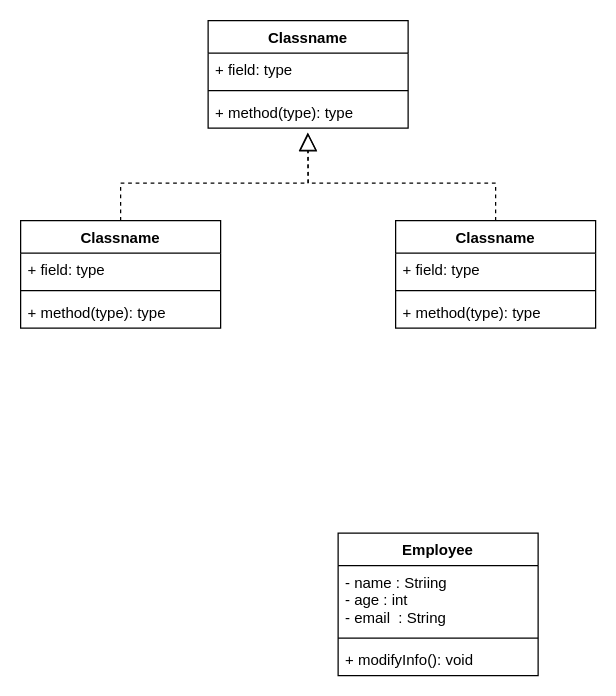
This is 未命名绘图.drawio from BuerH/Test, a draw.io file, before an edit. Source tidied: cells renumbered, new cells numbered last; positions are measured from the earlier drawing's top-left corner, leaving out a move shared by most shapes. Both pictures are drawn from the tidied source at 125%, with x=0, y=0 at pixel (20, 20).
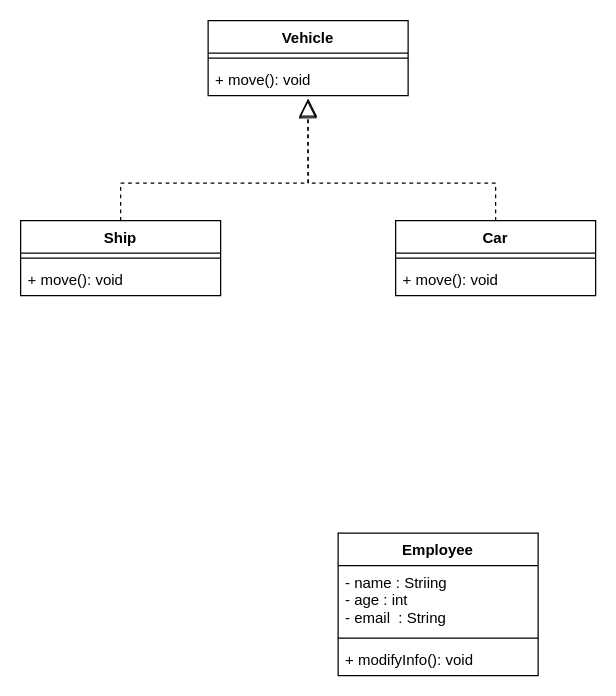
After the change.

Commit message (it also covers changes not shown here):
更新未命名绘图.drawio

Diff of the diagram source:
```diff
@@
-    <mxCell id="2" value="Classname" style="swimlane;fontStyle=1;align=center;verticalAlign=top;horizontal=1;startSize=26;" parent="1" vertex="1">
-      <mxGeometry x="300" y="160" width="160" height="86" as="geometry" />
+    <mxCell id="2" value="Car" style="swimlane;fontStyle=1;align=center;verticalAlign=top;horizontal=1;startSize=26;" parent="1" vertex="1">
+      <mxGeometry x="300" y="160" width="160" height="60" as="geometry" />
     </mxCell>
-    <mxCell id="3" value="+ field: type" style="text;strokeColor=none;fillColor=none;align=left;verticalAlign=top;spacingLeft=4;spacingRight=4;overflow=hidden;" parent="2" vertex="1">
-      <mxGeometry y="26" width="160" height="26" as="geometry" />
-    </mxCell>
     <mxCell id="4" style="line;strokeWidth=1;fillColor=none;align=left;verticalAlign=middle;spacingTop=-1;spacingLeft=3;spacingRight=3;labelPosition=right;strokeColor=inherit;" parent="2" vertex="1">
-      <mxGeometry y="52" width="160" height="8" as="geometry" />
+      <mxGeometry y="26" width="160" height="8" as="geometry" />
     </mxCell>
-    <mxCell id="5" value="+ method(type): type" style="text;strokeColor=none;fillColor=none;align=left;verticalAlign=top;spacingLeft=4;spacingRight=4;overflow=hidden;" parent="2" vertex="1">
-      <mxGeometry y="60" width="160" height="26" as="geometry" />
+    <mxCell id="5" value="+ move(): void" style="text;strokeColor=none;fillColor=none;align=left;verticalAlign=top;spacingLeft=4;spacingRight=4;overflow=hidden;" parent="2" vertex="1">
+      <mxGeometry y="34" width="160" height="26" as="geometry" />
     </mxCell>
-    <mxCell id="6" value="Classname" style="swimlane;fontStyle=1;align=center;verticalAlign=top;horizontal=1;startSize=26;" parent="1" vertex="1">
-      <mxGeometry y="160" width="160" height="86" as="geometry" />
+    <mxCell id="6" value="Ship" style="swimlane;fontStyle=1;align=center;verticalAlign=top;horizontal=1;startSize=26;" parent="1" vertex="1">
+      <mxGeometry y="160" width="160" height="60" as="geometry" />
     </mxCell>
@@
-    <mxCell id="8" value="+ field: type" style="text;strokeColor=none;fillColor=none;align=left;verticalAlign=top;spacingLeft=4;spacingRight=4;overflow=hidden;" parent="6" vertex="1">
-      <mxGeometry y="26" width="160" height="26" as="geometry" />
-    </mxCell>
     <mxCell id="9" style="line;strokeWidth=1;fillColor=none;align=left;verticalAlign=middle;spacingTop=-1;spacingLeft=3;spacingRight=3;labelPosition=right;strokeColor=inherit;" parent="6" vertex="1">
-      <mxGeometry y="52" width="160" height="8" as="geometry" />
+      <mxGeometry y="26" width="160" height="8" as="geometry" />
     </mxCell>
-    <mxCell id="10" value="+ method(type): type" style="text;strokeColor=none;fillColor=none;align=left;verticalAlign=top;spacingLeft=4;spacingRight=4;overflow=hidden;" parent="6" vertex="1">
-      <mxGeometry y="60" width="160" height="26" as="geometry" />
+    <mxCell id="10" value="+ move(): void" style="text;strokeColor=none;fillColor=none;align=left;verticalAlign=top;spacingLeft=4;spacingRight=4;overflow=hidden;" parent="6" vertex="1">
+      <mxGeometry y="34" width="160" height="26" as="geometry" />
     </mxCell>
-    <mxCell id="11" value="Classname" style="swimlane;fontStyle=1;align=center;verticalAlign=top;horizontal=1;startSize=26;" parent="1" vertex="1">
-      <mxGeometry x="150" width="160" height="86" as="geometry" />
+    <mxCell id="11" value="Vehicle" style="swimlane;fontStyle=1;align=center;verticalAlign=top;horizontal=1;startSize=26;" parent="1" vertex="1">
+      <mxGeometry x="150" width="160" height="60" as="geometry" />
     </mxCell>
-    <mxCell id="12" value="+ field: type" style="text;strokeColor=none;fillColor=none;align=left;verticalAlign=top;spacingLeft=4;spacingRight=4;overflow=hidden;" parent="11" vertex="1">
-      <mxGeometry y="26" width="160" height="26" as="geometry" />
-    </mxCell>
     <mxCell id="13" style="line;strokeWidth=1;fillColor=none;align=left;verticalAlign=middle;spacingTop=-1;spacingLeft=3;spacingRight=3;labelPosition=right;strokeColor=inherit;" parent="11" vertex="1">
-      <mxGeometry y="52" width="160" height="8" as="geometry" />
+      <mxGeometry y="26" width="160" height="8" as="geometry" />
     </mxCell>
-    <mxCell id="14" value="+ method(type): type" style="text;strokeColor=none;fillColor=none;align=left;verticalAlign=top;spacingLeft=4;spacingRight=4;overflow=hidden;points=[[0,0.5],[1,0.5]];portConstraint=eastwest;" parent="11" vertex="1">
-      <mxGeometry y="60" width="160" height="26" as="geometry" />
+    <mxCell id="14" value="+ move(): void" style="text;strokeColor=none;fillColor=none;align=left;verticalAlign=top;spacingLeft=4;spacingRight=4;overflow=hidden;points=[[0,0.5],[1,0.5]];portConstraint=eastwest;" parent="11" vertex="1">
+      <mxGeometry y="34" width="160" height="26" as="geometry" />
     </mxCell>
-    <mxCell id="15" style="endArrow=block;dashed=1;endFill=0;endSize=12;html=1;rounded=0;exitX=0.5;exitY=0;exitDx=0;exitDy=0;" parent="1" edge="1" source="2">
+    <mxCell id="15" style="endArrow=block;dashed=1;endFill=0;endSize=12;html=1;rounded=0;exitX=0.5;exitY=0;exitDx=0;exitDy=0;entryX=0.5;entryY=1.085;entryDx=0;entryDy=0;entryPerimeter=0;" parent="1" edge="1" source="2" target="14">
       <mxGeometry relative="1" as="geometry">
-        <mxPoint x="230" y="90" as="targetPoint" />
         <Array as="points">
           <mxPoint x="380" y="130" />
           <mxPoint x="230" y="130" />
         </Array>
       </mxGeometry>
     </mxCell>
```
